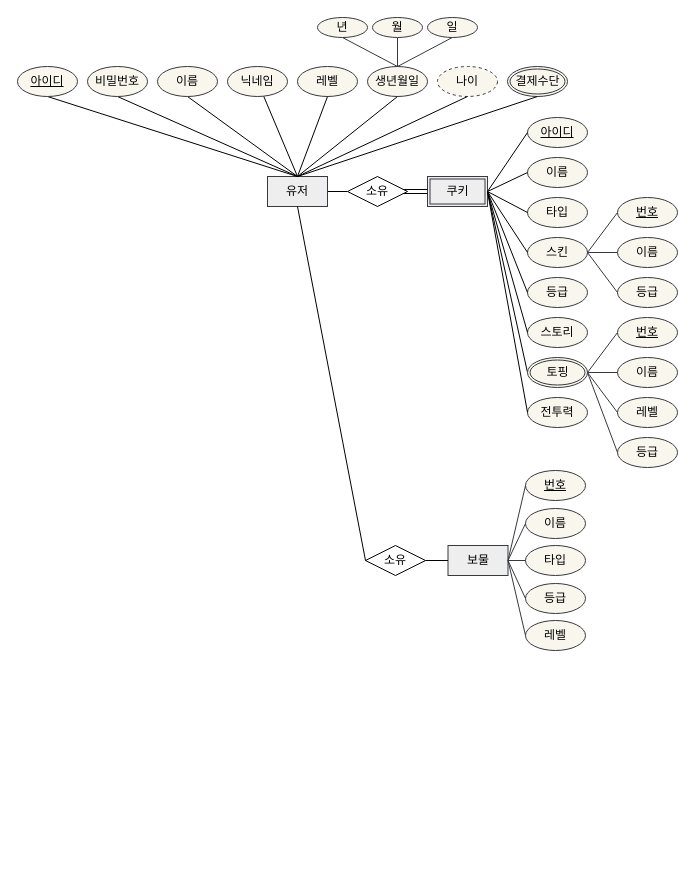
The draw.io diagram 제목 없는 다이어그램.drawio in breeze234/web1, before the edit. Source tidied: cells renumbered, new cells numbered last; positions are measured from the earlier drawing's top-left corner, leaving out a move shared by most shapes. Both pictures are drawn from the tidied source at 100%, with x=0, y=0 at pixel (17, 17).
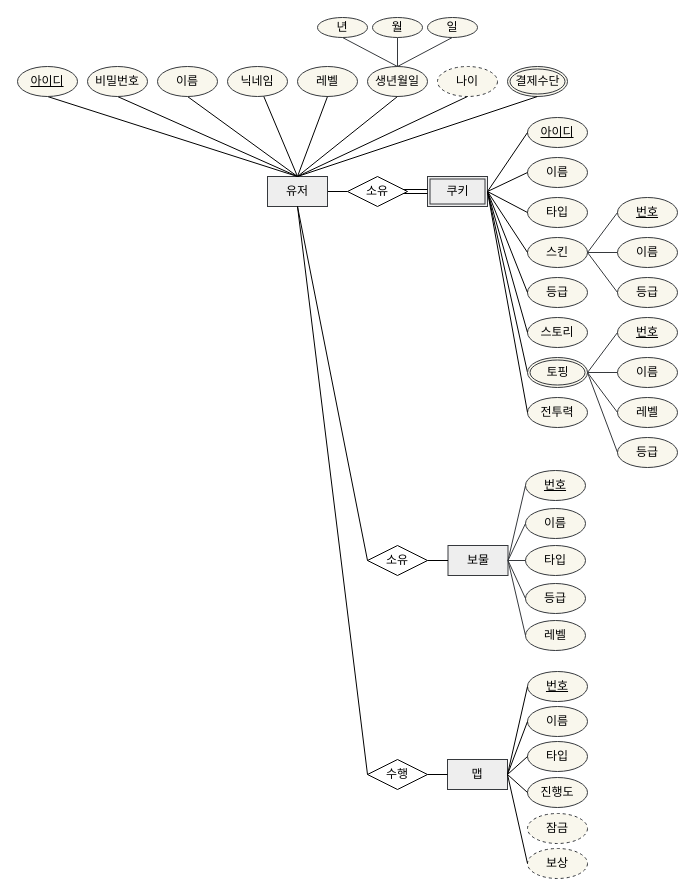
Above is the later version.

Commit message (it also covers changes not shown here):
ER모델.drawio 업데이트

Unchanged cells that the change refers to:
```xml
<mxCell id="5" value="유저" style="whiteSpace=wrap;html=1;align=center;labelBackgroundColor=none;rounded=0;fillColor=#eeeeee;strokeColor=#36393d;" parent="1" vertex="1">
  <mxGeometry x="250" y="159" width="60" height="30" as="geometry" />
</mxCell>
```

What changed in the source:
```diff
@@
+    <mxCell id="76" style="rounded=0;jettySize=auto;html=1;endArrow=none;endFill=0;exitX=0.5;exitY=1;exitDx=0;exitDy=0;entryX=0;entryY=0.5;entryDx=0;entryDy=0;" parent="1" edge="1" source="5" target="77">
+      <mxGeometry relative="1" as="geometry" />
+    </mxCell>
     <mxCell id="62" value="소유" style="rhombus;whiteSpace=wrap;html=1;labelBackgroundColor=none;rounded=0;" parent="1" vertex="1">
-      <mxGeometry x="348" y="528" width="60" height="30" as="geometry" />
+      <mxGeometry x="350" y="528" width="60" height="30" as="geometry" />
     </mxCell>
@@
+    <mxCell id="77" value="수행" style="rhombus;whiteSpace=wrap;html=1;labelBackgroundColor=none;rounded=0;" parent="1" vertex="1">
+      <mxGeometry x="350" y="742" width="60" height="30" as="geometry" />
+    </mxCell>
+    <mxCell id="78" value="맵" style="whiteSpace=wrap;html=1;align=center;labelBackgroundColor=none;rounded=0;fillColor=#eeeeee;strokeColor=#36393d;" parent="1" vertex="1">
+      <mxGeometry x="430" y="742" width="60" height="30" as="geometry" />
+    </mxCell>
+    <mxCell id="79" style="rounded=0;jettySize=auto;html=1;endArrow=none;endFill=0;labelBackgroundColor=none;fontColor=default;entryX=0;entryY=0.5;entryDx=0;entryDy=0;exitX=1;exitY=0.5;exitDx=0;exitDy=0;" parent="1" edge="1" source="77" target="78">
+      <mxGeometry relative="1" as="geometry" />
+    </mxCell>
+    <mxCell id="80" value="&lt;u&gt;번호&lt;/u&gt;" style="ellipse;whiteSpace=wrap;html=1;labelBackgroundColor=none;rounded=0;fillColor=#f9f7ed;strokeColor=#36393d;" parent="1" vertex="1">
+      <mxGeometry x="510" y="654" width="60" height="30" as="geometry" />
+    </mxCell>
+    <mxCell id="81" value="이름" style="ellipse;whiteSpace=wrap;html=1;labelBackgroundColor=none;rounded=0;fillColor=#f9f7ed;strokeColor=#36393d;" parent="1" vertex="1">
+      <mxGeometry x="510" y="689" width="60" height="30" as="geometry" />
+    </mxCell>
+    <mxCell id="82" value="타입" style="ellipse;whiteSpace=wrap;html=1;labelBackgroundColor=none;rounded=0;fillColor=#f9f7ed;strokeColor=#36393d;" parent="1" vertex="1">
+      <mxGeometry x="510" y="724" width="60" height="30" as="geometry" />
+    </mxCell>
+    <mxCell id="83" value="진행도" style="ellipse;whiteSpace=wrap;html=1;labelBackgroundColor=none;rounded=0;fillColor=#f9f7ed;strokeColor=#36393d;" parent="1" vertex="1">
+      <mxGeometry x="510" y="760" width="60" height="30" as="geometry" />
+    </mxCell>
+    <mxCell id="84" value="잠금" style="ellipse;whiteSpace=wrap;html=1;dashed=1;labelBackgroundColor=none;rounded=0;fillColor=#f9f7ed;strokeColor=#36393d;" parent="1" vertex="1">
+      <mxGeometry x="510" y="796" width="60" height="30" as="geometry" />
+    </mxCell>
+    <mxCell id="85" value="보상" style="ellipse;whiteSpace=wrap;html=1;dashed=1;labelBackgroundColor=none;rounded=0;fillColor=#f9f7ed;strokeColor=#36393d;" parent="1" vertex="1">
+      <mxGeometry x="510" y="831" width="60" height="30" as="geometry" />
+    </mxCell>
+    <mxCell id="86" style="rounded=0;jettySize=auto;html=1;endArrow=none;endFill=0;labelBackgroundColor=none;fontColor=default;entryX=0;entryY=0.5;entryDx=0;entryDy=0;exitX=1;exitY=0.5;exitDx=0;exitDy=0;" parent="1" edge="1" source="78" target="80">
+      <mxGeometry relative="1" as="geometry" />
+    </mxCell>
+    <mxCell id="87" style="rounded=0;jettySize=auto;html=1;endArrow=none;endFill=0;labelBackgroundColor=none;fontColor=default;entryX=0;entryY=0.5;entryDx=0;entryDy=0;exitX=1;exitY=0.5;exitDx=0;exitDy=0;" parent="1" edge="1" source="78" target="85">
+      <mxGeometry relative="1" as="geometry" />
+    </mxCell>
+    <mxCell id="88" style="rounded=0;jettySize=auto;html=1;endArrow=none;endFill=0;labelBackgroundColor=none;fontColor=default;entryX=0;entryY=0.5;entryDx=0;entryDy=0;exitX=1;exitY=0.5;exitDx=0;exitDy=0;" parent="1" edge="1" source="78" target="81">
+      <mxGeometry relative="1" as="geometry" />
+    </mxCell>
+    <mxCell id="89" style="rounded=0;jettySize=auto;html=1;endArrow=none;endFill=0;labelBackgroundColor=none;fontColor=default;entryX=0;entryY=0.5;entryDx=0;entryDy=0;exitX=1;exitY=0.5;exitDx=0;exitDy=0;" parent="1" edge="1" source="78" target="82">
+      <mxGeometry relative="1" as="geometry" />
+    </mxCell>
+    <mxCell id="90" style="rounded=0;jettySize=auto;html=1;endArrow=none;endFill=0;labelBackgroundColor=none;fontColor=default;entryX=0;entryY=0.5;entryDx=0;entryDy=0;exitX=1;exitY=0.5;exitDx=0;exitDy=0;" parent="1" edge="1" source="78" target="83">
+      <mxGeometry relative="1" as="geometry" />
+    </mxCell>
```
